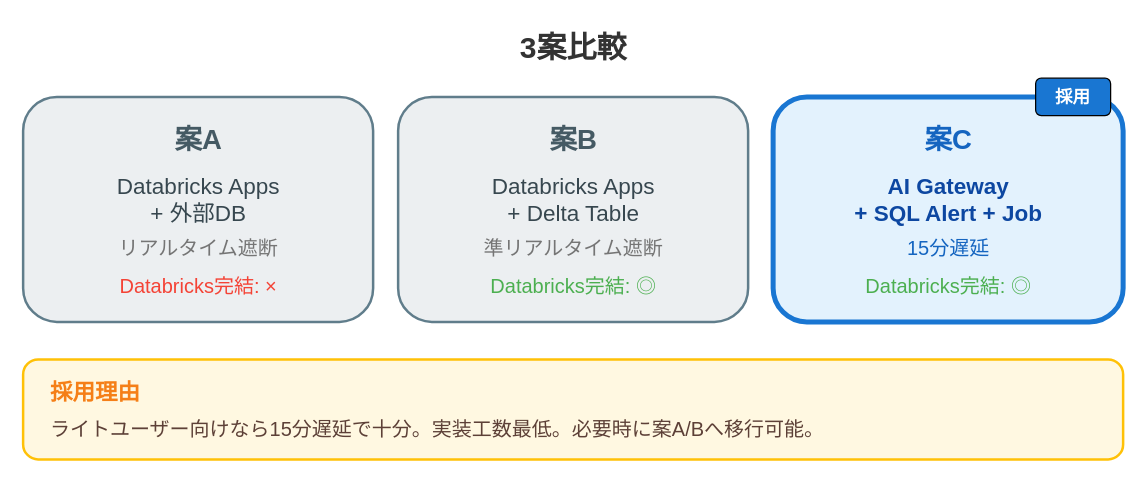
Above: assets/2026-01-27-jedai-ai-gateway/three-options-comparison.drawio in i9wa4/i9wa4.github.io (draw.io), before the change. Source tidied: cells renumbered, new cells numbered last; positions are measured from the earlier drawing's top-left corner, leaving out a move shared by most shapes. Both pictures are drawn from the tidied source at 125%, with x=0, y=0 at pixel (22, 21).
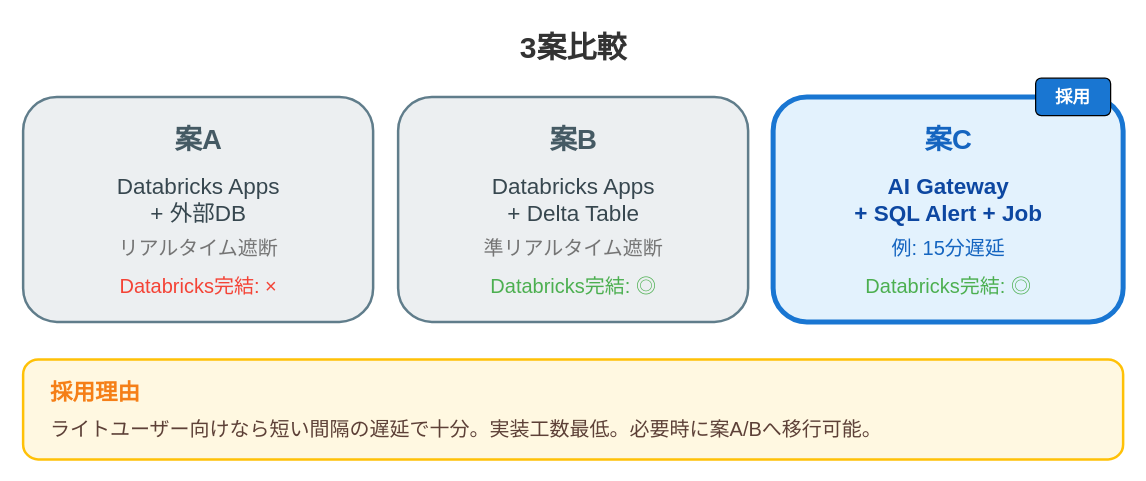
After the change.

What changed in the source:
```diff
@@
-    <mxCell id="17" value="15分遅延" style="text;html=1;fontSize=16;fontFamily=Noto Sans JP;fontColor=#1565C0;align=center;" parent="1" vertex="1">
+    <mxCell id="17" value="例: 15分遅延" style="text;html=1;fontSize=16;fontFamily=Noto Sans JP;fontColor=#1565C0;align=center;" parent="1" vertex="1">
       <mxGeometry x="600" y="165" width="280" height="30" as="geometry" />
     </mxCell>
@@
-    <mxCell id="21" value="ライトユーザー向けなら15分遅延で十分。実装工数最低。必要時に案A/Bへ移行可能。" style="text;html=1;fontSize=16;fontFamily=Noto Sans JP;fontColor=#5D4037;" parent="1" vertex="1">
+    <mxCell id="21" value="ライトユーザー向けなら短い間隔の遅延で十分。実装工数最低。必要時に案A/Bへ移行可能。" style="text;html=1;fontSize=16;fontFamily=Noto Sans JP;fontColor=#5D4037;" parent="1" vertex="1">
       <mxGeometry x="20" y="310" width="840" height="30" as="geometry" />
     </mxCell>
```
